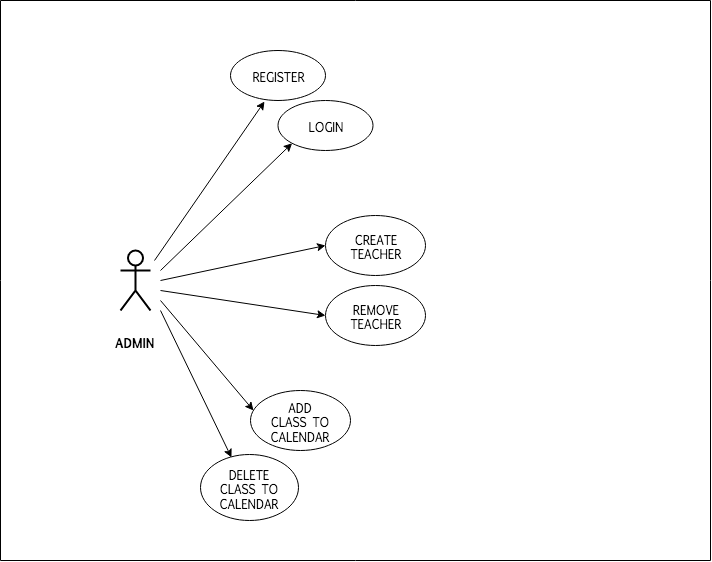
Above: staff/aitor-parra/pyrene-ski/pyrene-ski-doc/images/ps-usecases_ver0.png in b00tc4mp/skylab-bootcamp-201909 (draw.io), before the change. Source tidied: cells renumbered, new cells last; positions are measured from the earlier drawing's top-left corner, leaving out a move shared by most shapes.
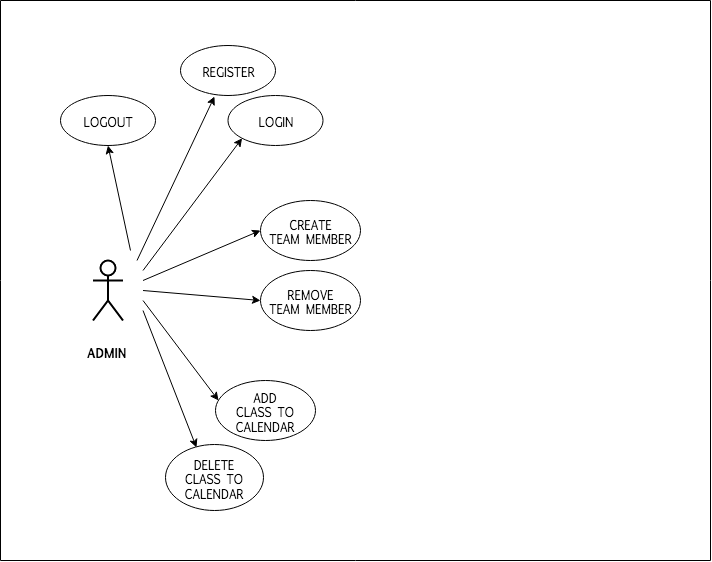
Later version of the same file.

Diff of the diagram source:
```diff
@@ -3,54 +3,54 @@
     <mxCell id="0" />
     <mxCell id="1" parent="0" />
     <mxCell id="2" value="&lt;p style=&quot;font-size: 16px&quot;&gt;&lt;font style=&quot;font-size: 12px&quot; face=&quot;Lucida Console&quot;&gt;&lt;b&gt;ADMIN&lt;/b&gt;&lt;/font&gt;&lt;/p&gt;" style="shape=umlActor;verticalLabelPosition=bottom;labelBackgroundColor=#ffffff;verticalAlign=top;html=1;strokeWidth=2;perimeterSpacing=0;" parent="1" vertex="1">
-      <mxGeometry x="120" y="250" width="30" height="60" as="geometry" />
+      <mxGeometry x="92.5" y="260" width="30" height="60" as="geometry" />
     </mxCell>
     <mxCell id="3" value="REGISTER" style="ellipse;whiteSpace=wrap;html=1;fontFamily=Lucida Console;" parent="1" vertex="1">
-      <mxGeometry x="230" y="50" width="95" height="50" as="geometry" />
+      <mxGeometry x="180" y="45" width="95" height="50" as="geometry" />
     </mxCell>
     <mxCell id="4" value="LOGIN" style="ellipse;whiteSpace=wrap;html=1;fontFamily=Lucida Console;" parent="1" vertex="1">
-      <mxGeometry x="277.5" y="100" width="95" height="50" as="geometry" />
+      <mxGeometry x="227.5" y="95" width="95" height="50" as="geometry" />
     </mxCell>
-    <mxCell id="5" value="&lt;div&gt;CREATE&lt;/div&gt;&lt;div&gt;TEACHER&lt;/div&gt;" style="ellipse;whiteSpace=wrap;html=1;fontFamily=Lucida Console;" parent="1" vertex="1">
-      <mxGeometry x="325" y="215" width="100" height="60" as="geometry" />
+    <mxCell id="5" value="&lt;div&gt;CREATE&lt;/div&gt;&lt;div&gt;TEAM MEMBER&lt;br&gt;&lt;/div&gt;" style="ellipse;whiteSpace=wrap;html=1;fontFamily=Lucida Console;" parent="1" vertex="1">
+      <mxGeometry x="260" y="200" width="100" height="60" as="geometry" />
     </mxCell>
-    <mxCell id="6" value="&lt;div&gt;REMOVE&lt;br&gt;&lt;/div&gt;&lt;div&gt;TEACHER&lt;br&gt;&lt;/div&gt;" style="ellipse;whiteSpace=wrap;html=1;fontFamily=Lucida Console;" parent="1" vertex="1">
-      <mxGeometry x="325" y="285" width="100" height="60" as="geometry" />
+    <mxCell id="6" value="&lt;div&gt;REMOVE&lt;br&gt;&lt;/div&gt;&lt;div&gt;TEAM MEMBER&lt;/div&gt;" style="ellipse;whiteSpace=wrap;html=1;fontFamily=Lucida Console;" parent="1" vertex="1">
+      <mxGeometry x="260" y="270" width="100" height="60" as="geometry" />
     </mxCell>
     <mxCell id="7" value="&lt;div&gt;ADD&lt;br&gt;&lt;/div&gt;&lt;div&gt;CLASS TO CALENDAR&lt;br&gt;&lt;/div&gt;" style="ellipse;whiteSpace=wrap;html=1;fontFamily=Lucida Console;" parent="1" vertex="1">
-      <mxGeometry x="250" y="390" width="100" height="60" as="geometry" />
+      <mxGeometry x="215" y="380" width="100" height="60" as="geometry" />
     </mxCell>
     <mxCell id="8" value="&lt;div&gt;DELETE&lt;/div&gt;&lt;div&gt;CLASS TO CALENDAR&lt;br&gt;&lt;/div&gt;" style="ellipse;whiteSpace=wrap;html=1;fontFamily=Lucida Console;" parent="1" vertex="1">
-      <mxGeometry x="200" y="454" width="98" height="66" as="geometry" />
+      <mxGeometry x="165" y="444" width="98" height="66" as="geometry" />
     </mxCell>
     <mxCell id="9" style="endArrow=classic;html=1;entryX=0.316;entryY=0.045;entryDx=0;entryDy=0;entryPerimeter=0;" parent="1" edge="1" target="8">
       <mxGeometry relative="1" as="geometry">
-        <mxPoint x="160" y="310" as="sourcePoint" />
+        <mxPoint x="142.5" y="310" as="sourcePoint" />
       </mxGeometry>
     </mxCell>
     <mxCell id="10" style="endArrow=classic;html=1;entryX=0;entryY=1;entryDx=0;entryDy=0;" parent="1" edge="1" target="4">
       <mxGeometry relative="1" as="geometry">
-        <mxPoint x="160" y="270" as="sourcePoint" />
+        <mxPoint x="142.5" y="270" as="sourcePoint" />
       </mxGeometry>
     </mxCell>
     <mxCell id="11" style="endArrow=classic;html=1;entryX=0;entryY=0.5;entryDx=0;entryDy=0;" parent="1" edge="1" target="5">
       <mxGeometry relative="1" as="geometry">
-        <mxPoint x="160" y="280" as="sourcePoint" />
+        <mxPoint x="142.5" y="280" as="sourcePoint" />
       </mxGeometry>
     </mxCell>
     <mxCell id="12" style="endArrow=classic;html=1;entryX=0.03;entryY=0.333;entryDx=0;entryDy=0;entryPerimeter=0;" parent="1" edge="1" target="7">
       <mxGeometry relative="1" as="geometry">
-        <mxPoint x="160" y="300" as="sourcePoint" />
+        <mxPoint x="142.5" y="300" as="sourcePoint" />
       </mxGeometry>
     </mxCell>
     <mxCell id="13" style="endArrow=classic;html=1;entryX=0;entryY=0.5;entryDx=0;entryDy=0;" parent="1" edge="1" target="6">
       <mxGeometry relative="1" as="geometry">
-        <mxPoint x="160" y="290" as="sourcePoint" />
+        <mxPoint x="142.5" y="290" as="sourcePoint" />
       </mxGeometry>
     </mxCell>
     <mxCell id="14" style="endArrow=classic;html=1;entryX=0.358;entryY=1.02;entryDx=0;entryDy=0;entryPerimeter=0;" parent="1" edge="1" target="3">
       <mxGeometry relative="1" as="geometry">
-        <mxPoint x="154" y="260" as="sourcePoint" />
+        <mxPoint x="136.5" y="260" as="sourcePoint" />
       </mxGeometry>
     </mxCell>
     <mxCell id="15" style="endArrow=none;html=1;" parent="1" edge="1">
@@ -77,5 +77,13 @@
         <mxPoint y="560" as="targetPoint" />
       </mxGeometry>
     </mxCell>
+    <mxCell id="19" value="LOGOUT" style="ellipse;whiteSpace=wrap;html=1;fontFamily=Lucida Console;" parent="1" vertex="1">
+      <mxGeometry x="60" y="95" width="95" height="50" as="geometry" />
+    </mxCell>
+    <mxCell id="20" style="endArrow=classic;html=1;entryX=0.5;entryY=1;entryDx=0;entryDy=0;" parent="1" edge="1" target="19">
+      <mxGeometry relative="1" as="geometry">
+        <mxPoint x="130" y="250" as="sourcePoint" />
+      </mxGeometry>
+    </mxCell>
   </root>
 </mxGraphModel>
```
